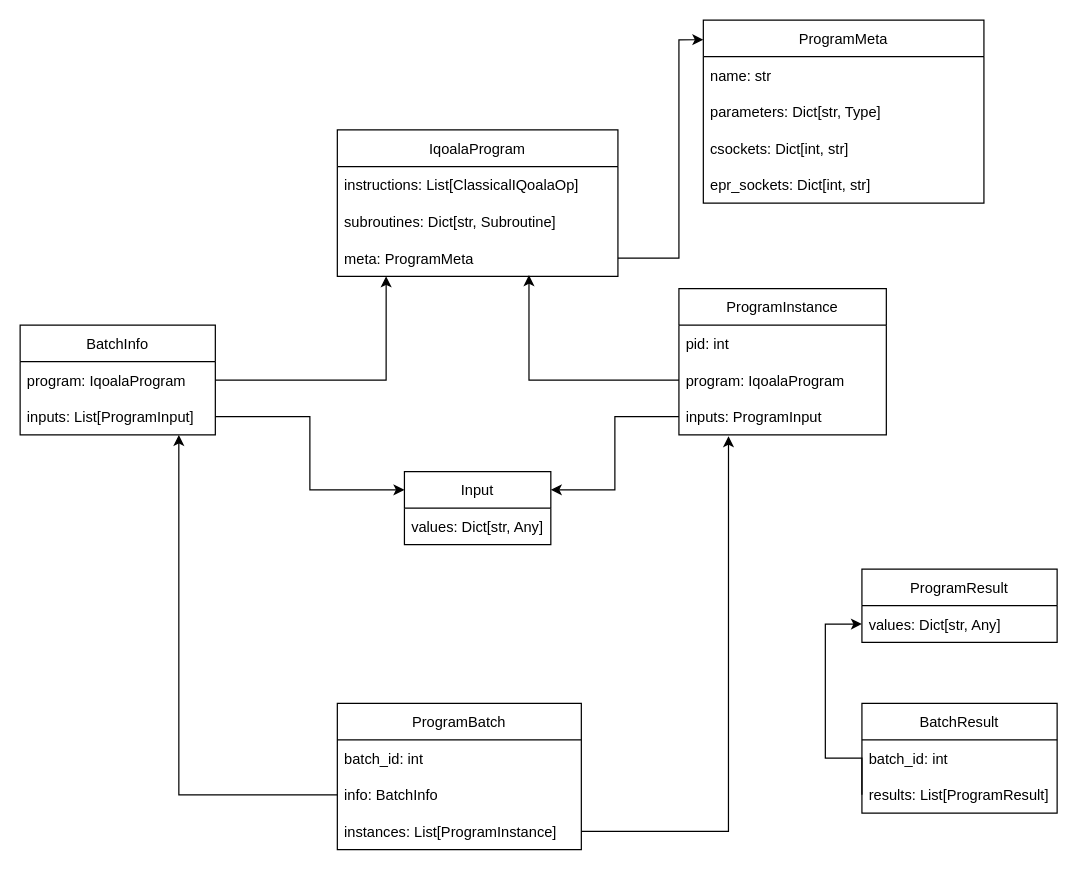
This is qoala/arch/program_classes.drawio from QuTech-Delft/qoala-sim, a draw.io file, before an edit. Source tidied: cells renumbered, new cells numbered last; positions are measured from the earlier drawing's top-left corner, leaving out a move shared by most shapes. Both pictures are drawn from the tidied source at 122%, with x=0, y=0 at pixel (20, 20).
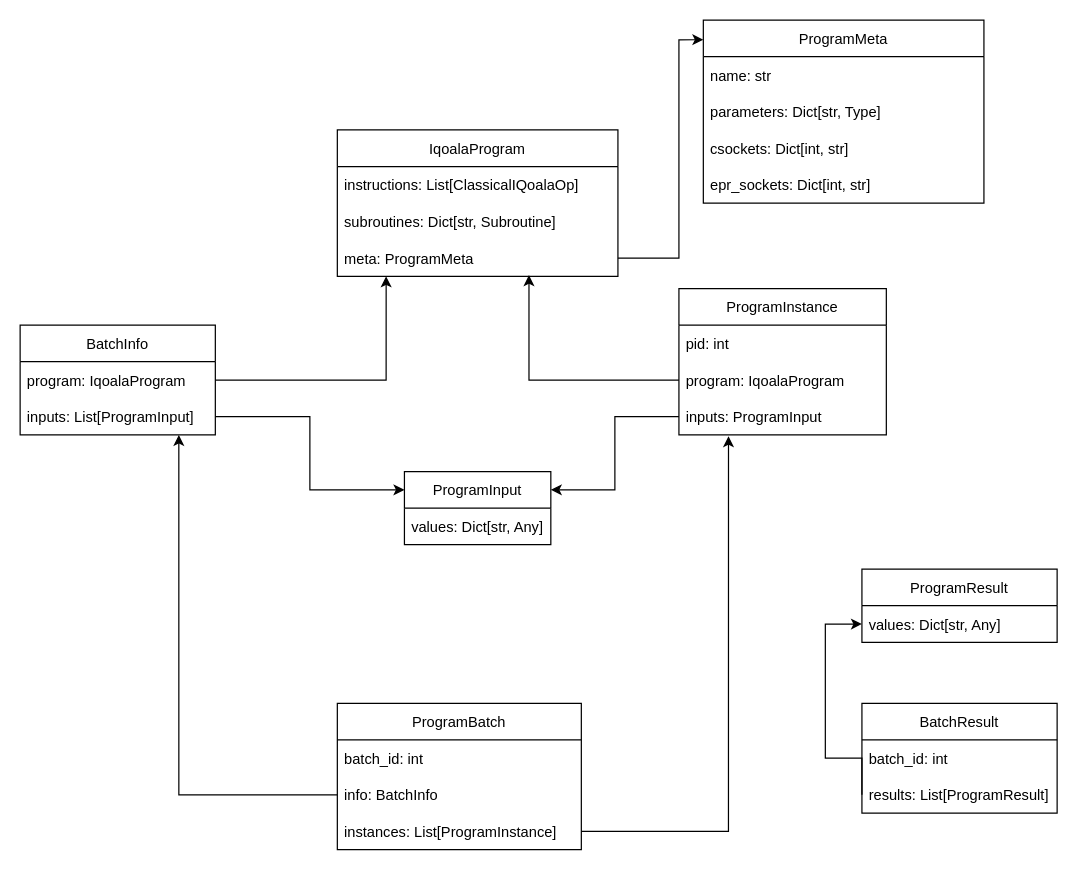
After the change.

What changed in the source:
```diff
@@
-    <mxCell id="23" value="Input" style="swimlane;fontStyle=0;horizontal=1;startSize=30;" parent="1" vertex="1">
+    <mxCell id="23" value="ProgramInput" style="swimlane;fontStyle=0;horizontal=1;startSize=30;" parent="1" vertex="1">
       <mxGeometry x="315" y="370" width="120" height="60" as="geometry" />
     </mxCell>
```
